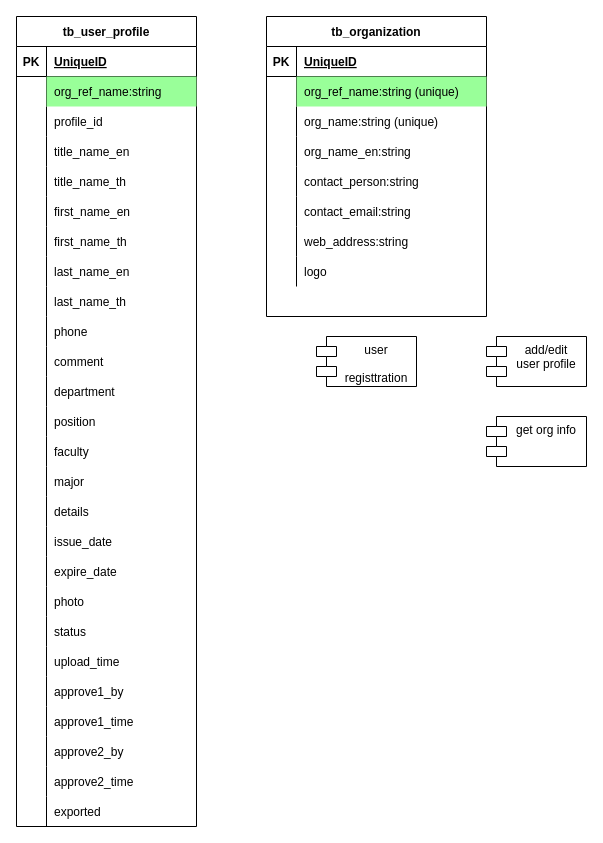
This is page "Photo management" (3 of 4) of SmartPhotoID.drawio from delphihero/MyDocument, a draw.io file, before an edit. Source tidied: cells renumbered, new cells numbered last; positions are measured from the earlier drawing's top-left corner, leaving out a move shared by most shapes. Both pictures are drawn from the tidied source at 100%, with x=0, y=0 at pixel (16, 16).
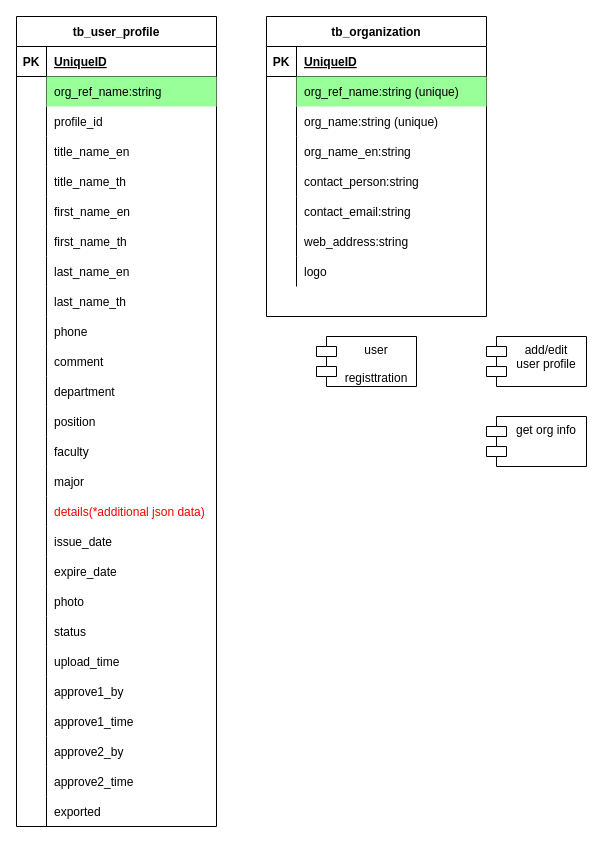
The same diagram, later.

The edit, as a diff of the source:
```diff
@@
     <mxCell id="27" value="tb_user_profile" style="shape=table;startSize=30;childLayout=tableLayout;rowLines=0;fontStyle=1;align=center;rounded=0;shadow=0;glass=0;sketch=0;fillColor=#FFFFFF;" parent="1" vertex="1">
-      <mxGeometry width="180" height="810" as="geometry" />
+      <mxGeometry width="200" height="810" as="geometry" />
     </mxCell>
     <mxCell id="28" style="shape=partialRectangle;fillColor=none;top=0;left=0;bottom=1;right=0;" parent="27" vertex="1">
-      <mxGeometry y="30" width="180" height="30" as="geometry" />
+      <mxGeometry y="30" width="200" height="30" as="geometry" />
     </mxCell>
@@
     <mxCell id="30" value="UniqueID" style="shape=partialRectangle;fillColor=none;top=0;left=0;bottom=0;right=0;align=left;spacingLeft=6;fontStyle=5;overflow=hidden;" parent="28" vertex="1">
-      <mxGeometry x="30" width="150" height="30" as="geometry" />
+      <mxGeometry x="30" width="170" height="30" as="geometry" />
     </mxCell>
     <mxCell id="31" style="shape=partialRectangle;fillColor=none;top=0;left=0;bottom=0;right=0;" parent="27" vertex="1">
-      <mxGeometry y="60" width="180" height="30" as="geometry" />
+      <mxGeometry y="60" width="200" height="30" as="geometry" />
     </mxCell>
@@
     <mxCell id="33" value="org_ref_name:string" style="shape=partialRectangle;fillColor=#99FF99;top=0;left=0;bottom=0;right=0;align=left;spacingLeft=6;overflow=hidden;" parent="31" vertex="1">
-      <mxGeometry x="30" width="150" height="30" as="geometry" />
+      <mxGeometry x="30" width="170" height="30" as="geometry" />
     </mxCell>
     <mxCell id="34" style="shape=partialRectangle;fillColor=none;top=0;left=0;bottom=0;right=0;" parent="27" vertex="1">
-      <mxGeometry y="90" width="180" height="30" as="geometry" />
+      <mxGeometry y="90" width="200" height="30" as="geometry" />
     </mxCell>
@@
     <mxCell id="36" value="profile_id " style="shape=partialRectangle;fillColor=none;top=0;left=0;bottom=0;right=0;align=left;spacingLeft=6;overflow=hidden;" parent="34" vertex="1">
-      <mxGeometry x="30" width="150" height="30" as="geometry" />
+      <mxGeometry x="30" width="170" height="30" as="geometry" />
     </mxCell>
     <mxCell id="37" style="shape=partialRectangle;fillColor=none;top=0;left=0;bottom=0;right=0;" parent="27" vertex="1">
-      <mxGeometry y="120" width="180" height="30" as="geometry" />
+      <mxGeometry y="120" width="200" height="30" as="geometry" />
     </mxCell>
@@
     <mxCell id="39" value="title_name_en" style="shape=partialRectangle;fillColor=none;top=0;left=0;bottom=0;right=0;align=left;spacingLeft=6;overflow=hidden;" parent="37" vertex="1">
-      <mxGeometry x="30" width="150" height="30" as="geometry" />
+      <mxGeometry x="30" width="170" height="30" as="geometry" />
     </mxCell>
     <mxCell id="40" style="shape=partialRectangle;fillColor=none;top=0;left=0;bottom=0;right=0;" parent="27" vertex="1">
-      <mxGeometry y="150" width="180" height="30" as="geometry" />
+      <mxGeometry y="150" width="200" height="30" as="geometry" />
     </mxCell>
@@
     <mxCell id="42" value="title_name_th" style="shape=partialRectangle;fillColor=none;top=0;left=0;bottom=0;right=0;align=left;spacingLeft=6;overflow=hidden;" parent="40" vertex="1">
-      <mxGeometry x="30" width="150" height="30" as="geometry" />
+      <mxGeometry x="30" width="170" height="30" as="geometry" />
     </mxCell>
     <mxCell id="43" style="shape=partialRectangle;fillColor=none;top=0;left=0;bottom=0;right=0;" parent="27" vertex="1">
-      <mxGeometry y="180" width="180" height="30" as="geometry" />
+      <mxGeometry y="180" width="200" height="30" as="geometry" />
     </mxCell>
@@
     <mxCell id="45" value="first_name_en " style="shape=partialRectangle;fillColor=none;top=0;left=0;bottom=0;right=0;align=left;spacingLeft=6;overflow=hidden;" parent="43" vertex="1">
-      <mxGeometry x="30" width="150" height="30" as="geometry" />
+      <mxGeometry x="30" width="170" height="30" as="geometry" />
     </mxCell>
     <mxCell id="46" style="shape=partialRectangle;fillColor=none;top=0;left=0;bottom=0;right=0;" parent="27" vertex="1">
-      <mxGeometry y="210" width="180" height="30" as="geometry" />
+      <mxGeometry y="210" width="200" height="30" as="geometry" />
     </mxCell>
@@
     <mxCell id="48" value="first_name_th " style="shape=partialRectangle;fillColor=none;top=0;left=0;bottom=0;right=0;align=left;spacingLeft=6;overflow=hidden;" parent="46" vertex="1">
-      <mxGeometry x="30" width="150" height="30" as="geometry" />
+      <mxGeometry x="30" width="170" height="30" as="geometry" />
     </mxCell>
     <mxCell id="49" style="shape=partialRectangle;fillColor=none;top=0;left=0;bottom=0;right=0;" parent="27" vertex="1">
-      <mxGeometry y="240" width="180" height="30" as="geometry" />
+      <mxGeometry y="240" width="200" height="30" as="geometry" />
     </mxCell>
@@
     <mxCell id="51" value="last_name_en " style="shape=partialRectangle;fillColor=none;top=0;left=0;bottom=0;right=0;align=left;spacingLeft=6;overflow=hidden;" parent="49" vertex="1">
-      <mxGeometry x="30" width="150" height="30" as="geometry" />
+      <mxGeometry x="30" width="170" height="30" as="geometry" />
     </mxCell>
     <mxCell id="52" style="shape=partialRectangle;fillColor=none;top=0;left=0;bottom=0;right=0;" parent="27" vertex="1">
-      <mxGeometry y="270" width="180" height="30" as="geometry" />
+      <mxGeometry y="270" width="200" height="30" as="geometry" />
     </mxCell>
@@
     <mxCell id="54" value="last_name_th " style="shape=partialRectangle;fillColor=none;top=0;left=0;bottom=0;right=0;align=left;spacingLeft=6;overflow=hidden;" parent="52" vertex="1">
-      <mxGeometry x="30" width="150" height="30" as="geometry" />
+      <mxGeometry x="30" width="170" height="30" as="geometry" />
     </mxCell>
     <mxCell id="55" style="shape=partialRectangle;fillColor=none;top=0;left=0;bottom=0;right=0;" parent="27" vertex="1">
-      <mxGeometry y="300" width="180" height="30" as="geometry" />
+      <mxGeometry y="300" width="200" height="30" as="geometry" />
     </mxCell>
@@
     <mxCell id="57" value="phone " style="shape=partialRectangle;fillColor=none;top=0;left=0;bottom=0;right=0;align=left;spacingLeft=6;overflow=hidden;" parent="55" vertex="1">
-      <mxGeometry x="30" width="150" height="30" as="geometry" />
+      <mxGeometry x="30" width="170" height="30" as="geometry" />
     </mxCell>
     <mxCell id="58" style="shape=partialRectangle;fillColor=none;top=0;left=0;bottom=0;right=0;" parent="27" vertex="1">
-      <mxGeometry y="330" width="180" height="30" as="geometry" />
+      <mxGeometry y="330" width="200" height="30" as="geometry" />
     </mxCell>
@@
     <mxCell id="60" value="comment " style="shape=partialRectangle;fillColor=none;top=0;left=0;bottom=0;right=0;align=left;spacingLeft=6;overflow=hidden;" parent="58" vertex="1">
-      <mxGeometry x="30" width="150" height="30" as="geometry" />
+      <mxGeometry x="30" width="170" height="30" as="geometry" />
     </mxCell>
     <mxCell id="61" style="shape=partialRectangle;fillColor=none;top=0;left=0;bottom=0;right=0;" parent="27" vertex="1">
-      <mxGeometry y="360" width="180" height="30" as="geometry" />
+      <mxGeometry y="360" width="200" height="30" as="geometry" />
     </mxCell>
@@
     <mxCell id="63" value="department " style="shape=partialRectangle;fillColor=none;top=0;left=0;bottom=0;right=0;align=left;spacingLeft=6;overflow=hidden;" parent="61" vertex="1">
-      <mxGeometry x="30" width="150" height="30" as="geometry" />
+      <mxGeometry x="30" width="170" height="30" as="geometry" />
     </mxCell>
     <mxCell id="64" style="shape=partialRectangle;fillColor=none;top=0;left=0;bottom=0;right=0;" parent="27" vertex="1">
-      <mxGeometry y="390" width="180" height="30" as="geometry" />
+      <mxGeometry y="390" width="200" height="30" as="geometry" />
     </mxCell>
@@
     <mxCell id="66" value="position " style="shape=partialRectangle;fillColor=none;top=0;left=0;bottom=0;right=0;align=left;spacingLeft=6;overflow=hidden;" parent="64" vertex="1">
-      <mxGeometry x="30" width="150" height="30" as="geometry" />
+      <mxGeometry x="30" width="170" height="30" as="geometry" />
     </mxCell>
     <mxCell id="67" style="shape=partialRectangle;fillColor=none;top=0;left=0;bottom=0;right=0;" parent="27" vertex="1">
-      <mxGeometry y="420" width="180" height="30" as="geometry" />
+      <mxGeometry y="420" width="200" height="30" as="geometry" />
     </mxCell>
@@
     <mxCell id="69" value="faculty " style="shape=partialRectangle;fillColor=none;top=0;left=0;bottom=0;right=0;align=left;spacingLeft=6;overflow=hidden;" parent="67" vertex="1">
-      <mxGeometry x="30" width="150" height="30" as="geometry" />
+      <mxGeometry x="30" width="170" height="30" as="geometry" />
     </mxCell>
     <mxCell id="70" style="shape=partialRectangle;fillColor=none;top=0;left=0;bottom=0;right=0;" parent="27" vertex="1">
-      <mxGeometry y="450" width="180" height="30" as="geometry" />
+      <mxGeometry y="450" width="200" height="30" as="geometry" />
     </mxCell>
@@
     <mxCell id="72" value="major " style="shape=partialRectangle;fillColor=none;top=0;left=0;bottom=0;right=0;align=left;spacingLeft=6;overflow=hidden;" parent="70" vertex="1">
-      <mxGeometry x="30" width="150" height="30" as="geometry" />
+      <mxGeometry x="30" width="170" height="30" as="geometry" />
     </mxCell>
     <mxCell id="73" style="shape=partialRectangle;fillColor=none;top=0;left=0;bottom=0;right=0;" parent="27" vertex="1">
-      <mxGeometry y="480" width="180" height="30" as="geometry" />
+      <mxGeometry y="480" width="200" height="30" as="geometry" />
     </mxCell>
@@
-    <mxCell id="75" value="details " style="shape=partialRectangle;fillColor=none;top=0;left=0;bottom=0;right=0;align=left;spacingLeft=6;overflow=hidden;" parent="73" vertex="1">
-      <mxGeometry x="30" width="150" height="30" as="geometry" />
+    <mxCell id="75" value="details(*additional json data)" style="shape=partialRectangle;fillColor=none;top=0;left=0;bottom=0;right=0;align=left;spacingLeft=6;overflow=hidden;fontColor=#FF0000;" parent="73" vertex="1">
+      <mxGeometry x="30" width="170" height="30" as="geometry" />
     </mxCell>
     <mxCell id="76" style="shape=partialRectangle;fillColor=none;top=0;left=0;bottom=0;right=0;" parent="27" vertex="1">
-      <mxGeometry y="510" width="180" height="30" as="geometry" />
+      <mxGeometry y="510" width="200" height="30" as="geometry" />
     </mxCell>
@@
     <mxCell id="78" value="issue_date " style="shape=partialRectangle;fillColor=none;top=0;left=0;bottom=0;right=0;align=left;spacingLeft=6;overflow=hidden;" parent="76" vertex="1">
-      <mxGeometry x="30" width="150" height="30" as="geometry" />
+      <mxGeometry x="30" width="170" height="30" as="geometry" />
     </mxCell>
     <mxCell id="79" style="shape=partialRectangle;fillColor=none;top=0;left=0;bottom=0;right=0;" parent="27" vertex="1">
-      <mxGeometry y="540" width="180" height="30" as="geometry" />
+      <mxGeometry y="540" width="200" height="30" as="geometry" />
     </mxCell>
@@
     <mxCell id="81" value="expire_date " style="shape=partialRectangle;fillColor=none;top=0;left=0;bottom=0;right=0;align=left;spacingLeft=6;overflow=hidden;" parent="79" vertex="1">
-      <mxGeometry x="30" width="150" height="30" as="geometry" />
+      <mxGeometry x="30" width="170" height="30" as="geometry" />
     </mxCell>
     <mxCell id="82" style="shape=partialRectangle;fillColor=none;top=0;left=0;bottom=0;right=0;" parent="27" vertex="1">
-      <mxGeometry y="570" width="180" height="30" as="geometry" />
+      <mxGeometry y="570" width="200" height="30" as="geometry" />
     </mxCell>
@@
     <mxCell id="84" value="photo " style="shape=partialRectangle;fillColor=none;top=0;left=0;bottom=0;right=0;align=left;spacingLeft=6;overflow=hidden;" parent="82" vertex="1">
-      <mxGeometry x="30" width="150" height="30" as="geometry" />
+      <mxGeometry x="30" width="170" height="30" as="geometry" />
     </mxCell>
     <mxCell id="85" style="shape=partialRectangle;fillColor=none;top=0;left=0;bottom=0;right=0;" parent="27" vertex="1">
-      <mxGeometry y="600" width="180" height="30" as="geometry" />
+      <mxGeometry y="600" width="200" height="30" as="geometry" />
     </mxCell>
@@
     <mxCell id="87" value="status " style="shape=partialRectangle;fillColor=none;top=0;left=0;bottom=0;right=0;align=left;spacingLeft=6;overflow=hidden;" parent="85" vertex="1">
-      <mxGeometry x="30" width="150" height="30" as="geometry" />
+      <mxGeometry x="30" width="170" height="30" as="geometry" />
     </mxCell>
     <mxCell id="88" style="shape=partialRectangle;fillColor=none;top=0;left=0;bottom=0;right=0;" parent="27" vertex="1">
-      <mxGeometry y="630" width="180" height="30" as="geometry" />
+      <mxGeometry y="630" width="200" height="30" as="geometry" />
     </mxCell>
@@
     <mxCell id="90" value="upload_time " style="shape=partialRectangle;fillColor=none;top=0;left=0;bottom=0;right=0;align=left;spacingLeft=6;overflow=hidden;" parent="88" vertex="1">
-      <mxGeometry x="30" width="150" height="30" as="geometry" />
+      <mxGeometry x="30" width="170" height="30" as="geometry" />
     </mxCell>
     <mxCell id="91" style="shape=partialRectangle;fillColor=none;top=0;left=0;bottom=0;right=0;" parent="27" vertex="1">
-      <mxGeometry y="660" width="180" height="30" as="geometry" />
+      <mxGeometry y="660" width="200" height="30" as="geometry" />
     </mxCell>
@@
     <mxCell id="93" value="approve1_by " style="shape=partialRectangle;fillColor=none;top=0;left=0;bottom=0;right=0;align=left;spacingLeft=6;overflow=hidden;" parent="91" vertex="1">
-      <mxGeometry x="30" width="150" height="30" as="geometry" />
+      <mxGeometry x="30" width="170" height="30" as="geometry" />
     </mxCell>
     <mxCell id="94" style="shape=partialRectangle;fillColor=none;top=0;left=0;bottom=0;right=0;" parent="27" vertex="1">
-      <mxGeometry y="690" width="180" height="30" as="geometry" />
+      <mxGeometry y="690" width="200" height="30" as="geometry" />
     </mxCell>
@@
     <mxCell id="96" value="approve1_time " style="shape=partialRectangle;fillColor=none;top=0;left=0;bottom=0;right=0;align=left;spacingLeft=6;overflow=hidden;" parent="94" vertex="1">
-      <mxGeometry x="30" width="150" height="30" as="geometry" />
+      <mxGeometry x="30" width="170" height="30" as="geometry" />
     </mxCell>
     <mxCell id="97" style="shape=partialRectangle;fillColor=none;top=0;left=0;bottom=0;right=0;" parent="27" vertex="1">
-      <mxGeometry y="720" width="180" height="30" as="geometry" />
+      <mxGeometry y="720" width="200" height="30" as="geometry" />
     </mxCell>
@@
     <mxCell id="99" value="approve2_by " style="shape=partialRectangle;fillColor=none;top=0;left=0;bottom=0;right=0;align=left;spacingLeft=6;overflow=hidden;" parent="97" vertex="1">
-      <mxGeometry x="30" width="150" height="30" as="geometry" />
+      <mxGeometry x="30" width="170" height="30" as="geometry" />
     </mxCell>
     <mxCell id="100" style="shape=partialRectangle;fillColor=none;top=0;left=0;bottom=0;right=0;" parent="27" vertex="1">
-      <mxGeometry y="750" width="180" height="30" as="geometry" />
+      <mxGeometry y="750" width="200" height="30" as="geometry" />
     </mxCell>
@@
     <mxCell id="102" value="approve2_time " style="shape=partialRectangle;fillColor=none;top=0;left=0;bottom=0;right=0;align=left;spacingLeft=6;overflow=hidden;" parent="100" vertex="1">
-      <mxGeometry x="30" width="150" height="30" as="geometry" />
+      <mxGeometry x="30" width="170" height="30" as="geometry" />
     </mxCell>
     <mxCell id="103" style="shape=partialRectangle;fillColor=none;top=0;left=0;bottom=0;right=0;" parent="27" vertex="1">
-      <mxGeometry y="780" width="180" height="30" as="geometry" />
+      <mxGeometry y="780" width="200" height="30" as="geometry" />
     </mxCell>
@@
     <mxCell id="105" value="exported " style="shape=partialRectangle;fillColor=none;top=0;left=0;bottom=0;right=0;align=left;spacingLeft=6;overflow=hidden;" parent="103" vertex="1">
-      <mxGeometry x="30" width="150" height="30" as="geometry" />
+      <mxGeometry x="30" width="170" height="30" as="geometry" />
     </mxCell>
```
